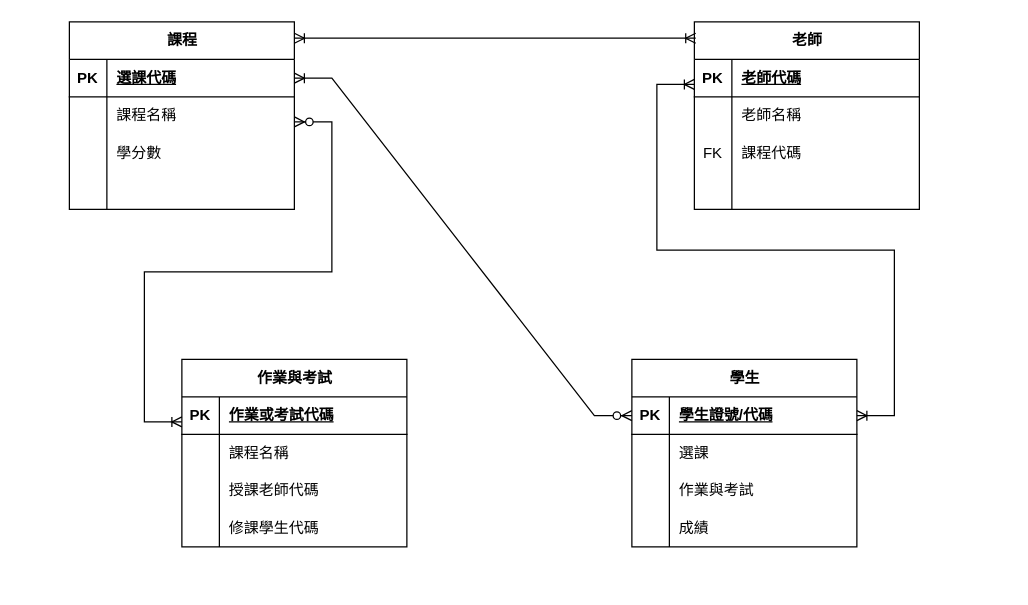
Above: 課程練習_1017.drawio in KYCamille/Guessing-Number (draw.io), before the change. Source tidied: cells renumbered, new cells numbered last; positions are measured from the earlier drawing's top-left corner, leaving out a move shared by most shapes. Both pictures are drawn from the tidied source at 125%, with x=0, y=0 at pixel (69, 21).
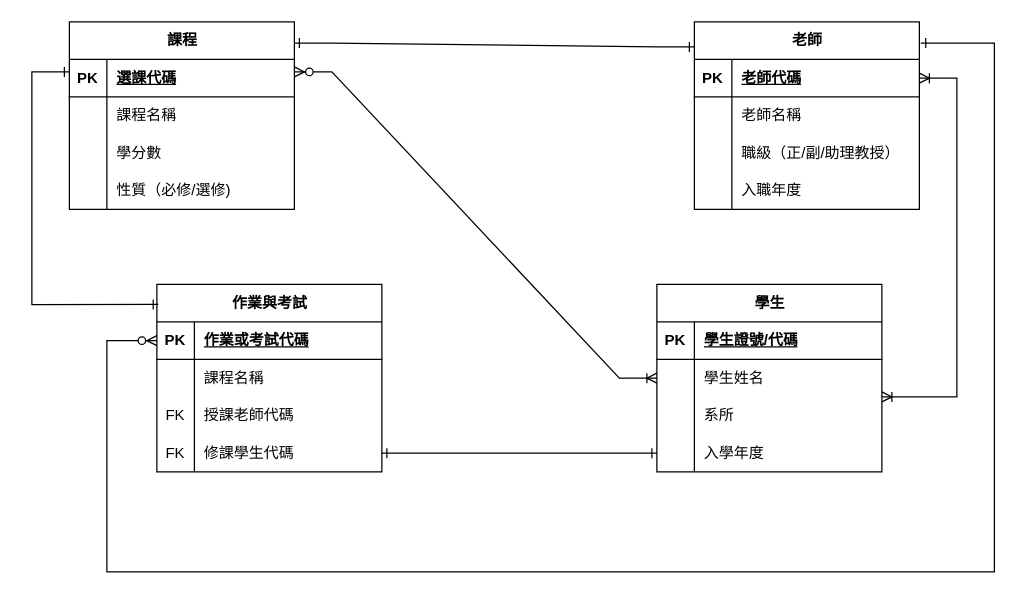
Above is the later version.

Commit message:
更新1823 課程練習_1017.drawio

Unchanged cells that the change refers to:
```xml
<mxCell id="2" value="課程" style="shape=table;startSize=30;childLayout=tableLayout;rowLines=0;fontStyle=1;align=center;html=1;" parent="1" vertex="1">
  <mxGeometry width="180" height="150" as="geometry" />
</mxCell>
<mxCell id="3" style="shape=tableRow;horizontal=0;startSize=0;swimlaneHead=0;swimlaneBody=0;fillColor=none;points=[[0,0.5],[1,0.5]];portConstraint=eastwest;top=0;left=0;right=0;bottom=1;" parent="2" vertex="1">
  <mxGeometry y="30" width="180" height="30" as="geometry" />
</mxCell>
<mxCell id="12" style="shape=tableRow;horizontal=0;startSize=0;swimlaneHead=0;swimlaneBody=0;fillColor=none;top=0;left=0;right=0;bottom=0;" parent="2" vertex="1">
  <mxGeometry y="120" width="180" height="30" as="geometry" />
</mxCell>
<mxCell id="15" value="老師" style="shape=table;startSize=30;childLayout=tableLayout;rowLines=0;fontStyle=1;align=center;html=1;" parent="1" vertex="1">
  <mxGeometry x="500" width="180" height="150" as="geometry" />
</mxCell>
<mxCell id="16" style="shape=tableRow;horizontal=0;startSize=0;swimlaneHead=0;swimlaneBody=0;fillColor=none;points=[[0,0.5],[1,0.5]];portConstraint=eastwest;top=0;left=0;right=0;bottom=1;" parent="15" vertex="1">
  <mxGeometry y="30" width="180" height="30" as="geometry" />
</mxCell>
<mxCell id="22" style="shape=tableRow;horizontal=0;startSize=0;swimlaneHead=0;swimlaneBody=0;fillColor=none;top=0;left=0;right=0;bottom=0;" parent="15" vertex="1">
  <mxGeometry y="90" width="180" height="30" as="geometry" />
</mxCell>
<mxCell id="25" style="shape=tableRow;horizontal=0;startSize=0;swimlaneHead=0;swimlaneBody=0;fillColor=none;top=0;left=0;right=0;bottom=0;" parent="15" vertex="1">
  <mxGeometry y="120" width="180" height="30" as="geometry" />
</mxCell>
<mxCell id="29" style="shape=tableRow;horizontal=0;startSize=0;swimlaneHead=0;swimlaneBody=0;fillColor=none;points=[[0,0.5],[1,0.5]];portConstraint=eastwest;top=0;left=0;right=0;bottom=1;" parent="28" vertex="1">
  <mxGeometry y="30" width="180" height="30" as="geometry" />
</mxCell>
<mxCell id="32" style="shape=tableRow;horizontal=0;startSize=0;swimlaneHead=0;swimlaneBody=0;fillColor=none;top=0;left=0;right=0;bottom=0;" parent="28" vertex="1">
  <mxGeometry y="60" width="180" height="30" as="geometry" />
</mxCell>
<mxCell id="35" style="shape=tableRow;horizontal=0;startSize=0;swimlaneHead=0;swimlaneBody=0;fillColor=none;top=0;left=0;right=0;bottom=0;" parent="28" vertex="1">
  <mxGeometry y="90" width="180" height="30" as="geometry" />
</mxCell>
<mxCell id="38" style="shape=tableRow;horizontal=0;startSize=0;swimlaneHead=0;swimlaneBody=0;fillColor=none;points=[[0,0.5],[1,0.5]];portConstraint=eastwest;top=0;left=0;right=0;bottom=0;" parent="28" vertex="1">
  <mxGeometry y="120" width="180" height="30" as="geometry" />
</mxCell>
<mxCell id="45" style="shape=tableRow;horizontal=0;startSize=0;swimlaneHead=0;swimlaneBody=0;fillColor=none;points=[[0,0.5],[1,0.5]];portConstraint=eastwest;top=0;left=0;right=0;bottom=1;" parent="44" vertex="1">
  <mxGeometry y="30" width="180" height="30" as="geometry" />
</mxCell>
<mxCell id="51" style="shape=tableRow;horizontal=0;startSize=0;swimlaneHead=0;swimlaneBody=0;fillColor=none;top=0;left=0;right=0;bottom=0;" parent="44" vertex="1">
  <mxGeometry y="90" width="180" height="30" as="geometry" />
</mxCell>
<mxCell id="54" style="shape=tableRow;horizontal=0;startSize=0;swimlaneHead=0;swimlaneBody=0;fillColor=none;points=[[0,0.5],[1,0.5]];portConstraint=eastwest;top=0;left=0;right=0;bottom=0;" parent="44" vertex="1">
  <mxGeometry y="120" width="180" height="30" as="geometry" />
</mxCell>
```

What changed in the source:
```diff
@@
-    <mxCell id="14" style="shape=partialRectangle;fillColor=none;top=0;left=0;bottom=0;right=0;align=left;spacingLeft=6;overflow=hidden;whiteSpace=wrap;html=1;" parent="12" vertex="1">
+    <mxCell id="14" value="性質（必修/選修)" style="shape=partialRectangle;fillColor=none;top=0;left=0;bottom=0;right=0;align=left;spacingLeft=6;overflow=hidden;whiteSpace=wrap;html=1;" parent="12" vertex="1">
       <mxGeometry x="30" width="150" height="30" as="geometry" />
     </mxCell>
@@
-    <mxCell id="23" value="FK" style="shape=partialRectangle;fillColor=none;top=0;left=0;bottom=0;right=0;overflow=hidden;whiteSpace=wrap;html=1;" parent="22" vertex="1">
+    <mxCell id="23" style="shape=partialRectangle;fillColor=none;top=0;left=0;bottom=0;right=0;overflow=hidden;whiteSpace=wrap;html=1;" parent="22" vertex="1">
       <mxGeometry width="30" height="30" as="geometry" />
     </mxCell>
-    <mxCell id="24" value="課程代碼" style="shape=partialRectangle;fillColor=none;top=0;left=0;bottom=0;right=0;align=left;spacingLeft=6;overflow=hidden;whiteSpace=wrap;html=1;" parent="22" vertex="1">
+    <mxCell id="24" value="職級（正/副/助理教授）" style="shape=partialRectangle;fillColor=none;top=0;left=0;bottom=0;right=0;align=left;spacingLeft=6;overflow=hidden;whiteSpace=wrap;html=1;" parent="22" vertex="1">
       <mxGeometry x="30" width="150" height="30" as="geometry" />
     </mxCell>
@@
-    <mxCell id="27" style="shape=partialRectangle;fillColor=none;top=0;left=0;bottom=0;right=0;align=left;spacingLeft=6;overflow=hidden;whiteSpace=wrap;html=1;" parent="25" vertex="1">
+    <mxCell id="27" value="入職年度" style="shape=partialRectangle;fillColor=none;top=0;left=0;bottom=0;right=0;align=left;spacingLeft=6;overflow=hidden;whiteSpace=wrap;html=1;" parent="25" vertex="1">
       <mxGeometry x="30" width="150" height="30" as="geometry" />
     </mxCell>
     <mxCell id="28" value="學生" style="shape=table;startSize=30;childLayout=tableLayout;rowLines=0;fontStyle=1;align=center;html=1;" parent="1" vertex="1">
-      <mxGeometry x="450" y="270" width="180" height="150" as="geometry" />
+      <mxGeometry x="470" y="210" width="180" height="150" as="geometry" />
     </mxCell>
@@
-    <mxCell id="34" value="選課" style="shape=partialRectangle;fillColor=none;top=0;left=0;bottom=0;right=0;align=left;spacingLeft=6;overflow=hidden;whiteSpace=wrap;html=1;" parent="32" vertex="1">
+    <mxCell id="34" value="學生姓名" style="shape=partialRectangle;fillColor=none;top=0;left=0;bottom=0;right=0;align=left;spacingLeft=6;overflow=hidden;whiteSpace=wrap;html=1;" parent="32" vertex="1">
       <mxGeometry x="30" width="150" height="30" as="geometry" />
     </mxCell>
@@
-    <mxCell id="37" value="作業與考試" style="shape=partialRectangle;fillColor=none;top=0;left=0;bottom=0;right=0;align=left;spacingLeft=6;overflow=hidden;whiteSpace=wrap;html=1;" parent="35" vertex="1">
+    <mxCell id="37" value="系所" style="shape=partialRectangle;fillColor=none;top=0;left=0;bottom=0;right=0;align=left;spacingLeft=6;overflow=hidden;whiteSpace=wrap;html=1;" parent="35" vertex="1">
       <mxGeometry x="30" width="150" height="30" as="geometry" />
     </mxCell>
@@
-    <mxCell id="40" value="成績" style="shape=partialRectangle;fillColor=none;top=0;left=0;bottom=0;right=0;align=left;spacingLeft=6;overflow=hidden;whiteSpace=wrap;html=1;" parent="38" vertex="1">
+    <mxCell id="40" value="入學年度" style="shape=partialRectangle;fillColor=none;top=0;left=0;bottom=0;right=0;align=left;spacingLeft=6;overflow=hidden;whiteSpace=wrap;html=1;" parent="38" vertex="1">
       <mxGeometry x="30" width="150" height="30" as="geometry" />
     </mxCell>
-    <mxCell id="41" style="edgeStyle=entityRelationEdgeStyle;fontSize=12;html=1;endArrow=ERoneToMany;endFill=0;startArrow=ERoneToMany;rounded=0;exitX=1;exitY=0.5;exitDx=0;exitDy=0;startFill=0;" parent="1" edge="1" source="29">
-      <mxGeometry relative="1" as="geometry">
-        <mxPoint x="500" y="50" as="targetPoint" />
-      </mxGeometry>
-    </mxCell>
-    <mxCell id="42" style="edgeStyle=entityRelationEdgeStyle;fontSize=12;html=1;endArrow=ERoneToMany;endFill=0;startArrow=ERzeroToMany;rounded=0;entryX=1;entryY=0.5;entryDx=0;entryDy=0;exitX=0;exitY=0.5;exitDx=0;exitDy=0;" parent="1" edge="1" source="29" target="3">
-      <mxGeometry relative="1" as="geometry" />
-    </mxCell>
-    <mxCell id="43" style="edgeStyle=entityRelationEdgeStyle;fontSize=12;html=1;endArrow=ERoneToMany;endFill=0;startArrow=ERoneToMany;rounded=0;exitX=1;exitY=0.087;exitDx=0;exitDy=0;exitPerimeter=0;entryX=0.006;entryY=0.087;entryDx=0;entryDy=0;entryPerimeter=0;startFill=0;" parent="1" edge="1" source="2" target="15">
-      <mxGeometry relative="1" as="geometry" />
-    </mxCell>
     <mxCell id="44" value="作業與考試" style="shape=table;startSize=30;childLayout=tableLayout;rowLines=0;fontStyle=1;align=center;html=1;" parent="1" vertex="1">
-      <mxGeometry x="90" y="270" width="180" height="150" as="geometry" />
+      <mxGeometry x="70" y="210" width="180" height="150" as="geometry" />
     </mxCell>
@@
-    <mxCell id="52" style="shape=partialRectangle;fillColor=none;top=0;left=0;bottom=0;right=0;overflow=hidden;whiteSpace=wrap;html=1;" parent="51" vertex="1">
+    <mxCell id="52" value="FK" style="shape=partialRectangle;fillColor=none;top=0;left=0;bottom=0;right=0;overflow=hidden;whiteSpace=wrap;html=1;" parent="51" vertex="1">
       <mxGeometry width="30" height="30" as="geometry" />
     </mxCell>
@@
-    <mxCell id="55" style="shape=partialRectangle;fillColor=none;top=0;left=0;bottom=0;right=0;overflow=hidden;whiteSpace=wrap;html=1;" parent="54" vertex="1">
+    <mxCell id="55" value="FK" style="shape=partialRectangle;fillColor=none;top=0;left=0;bottom=0;right=0;overflow=hidden;whiteSpace=wrap;html=1;" parent="54" vertex="1">
       <mxGeometry width="30" height="30" as="geometry" />
     </mxCell>
@@
-    <mxCell id="57" style="edgeStyle=entityRelationEdgeStyle;fontSize=12;html=1;endArrow=ERoneToMany;startArrow=ERzeroToMany;rounded=0;" parent="1" edge="1">
-      <mxGeometry relative="1" as="geometry">
-        <mxPoint x="180" y="80" as="sourcePoint" />
-        <mxPoint x="90" y="320" as="targetPoint" />
-      </mxGeometry>
-    </mxCell>
+    <mxCell id="58" style="edgeStyle=entityRelationEdgeStyle;fontSize=12;html=1;endArrow=ERone;endFill=0;startArrow=ERone;rounded=0;exitX=1;exitY=0.113;exitDx=0;exitDy=0;exitPerimeter=0;startFill=0;" parent="1" edge="1" source="2">
+      <mxGeometry relative="1" as="geometry">
+        <mxPoint x="500" y="20" as="targetPoint" />
+      </mxGeometry>
+    </mxCell>
+    <mxCell id="59" style="edgeStyle=orthogonalEdgeStyle;fontSize=12;html=1;endArrow=ERone;endFill=0;startArrow=ERone;rounded=0;exitX=0.006;exitY=0.107;exitDx=0;exitDy=0;entryX=0;entryY=0.5;entryDx=0;entryDy=0;exitPerimeter=0;startFill=0;" parent="1" edge="1" source="44">
+      <mxGeometry x="0.17" relative="1" as="geometry">
+        <mxPoint y="40" as="targetPoint" />
+        <Array as="points">
+          <mxPoint x="-30" y="226.1" />
+          <mxPoint x="-30" y="40" />
+        </Array>
+      </mxGeometry>
+    </mxCell>
+    <mxCell id="60" style="edgeStyle=entityRelationEdgeStyle;fontSize=12;html=1;endArrow=ERone;endFill=0;startArrow=ERone;rounded=0;exitX=1;exitY=0.5;exitDx=0;exitDy=0;entryX=0;entryY=0.5;entryDx=0;entryDy=0;startFill=0;" parent="1" edge="1" source="54" target="38">
+      <mxGeometry relative="1" as="geometry" />
+    </mxCell>
+    <mxCell id="61" style="edgeStyle=entityRelationEdgeStyle;fontSize=12;html=1;endArrow=ERoneToMany;endFill=0;startArrow=ERoneToMany;rounded=0;exitX=1;exitY=0.113;exitDx=0;exitDy=0;exitPerimeter=0;startFill=0;" parent="1" edge="1" target="16">
+      <mxGeometry relative="1" as="geometry">
+        <mxPoint x="650" y="300" as="sourcePoint" />
+      </mxGeometry>
+    </mxCell>
+    <mxCell id="62" style="edgeStyle=entityRelationEdgeStyle;fontSize=12;html=1;endArrow=ERoneToMany;endFill=0;startArrow=ERzeroToMany;rounded=0;exitX=1;exitY=0.113;exitDx=0;exitDy=0;exitPerimeter=0;" parent="1" edge="1" target="28">
+      <mxGeometry relative="1" as="geometry">
+        <mxPoint x="180" y="40" as="sourcePoint" />
+      </mxGeometry>
+    </mxCell>
+    <mxCell id="63" style="edgeStyle=orthogonalEdgeStyle;fontSize=12;html=1;endArrow=ERone;endFill=0;startArrow=ERzeroToMany;rounded=0;exitX=0;exitY=0.5;exitDx=0;exitDy=0;entryX=1.006;entryY=0.113;entryDx=0;entryDy=0;entryPerimeter=0;" parent="1" edge="1" source="45" target="15">
+      <mxGeometry x="0.09" relative="1" as="geometry">
+        <Array as="points">
+          <mxPoint x="30" y="255" />
+          <mxPoint x="30" y="440" />
+          <mxPoint x="740" y="440" />
+          <mxPoint x="740" y="17" />
+        </Array>
+      </mxGeometry>
+    </mxCell>
```
